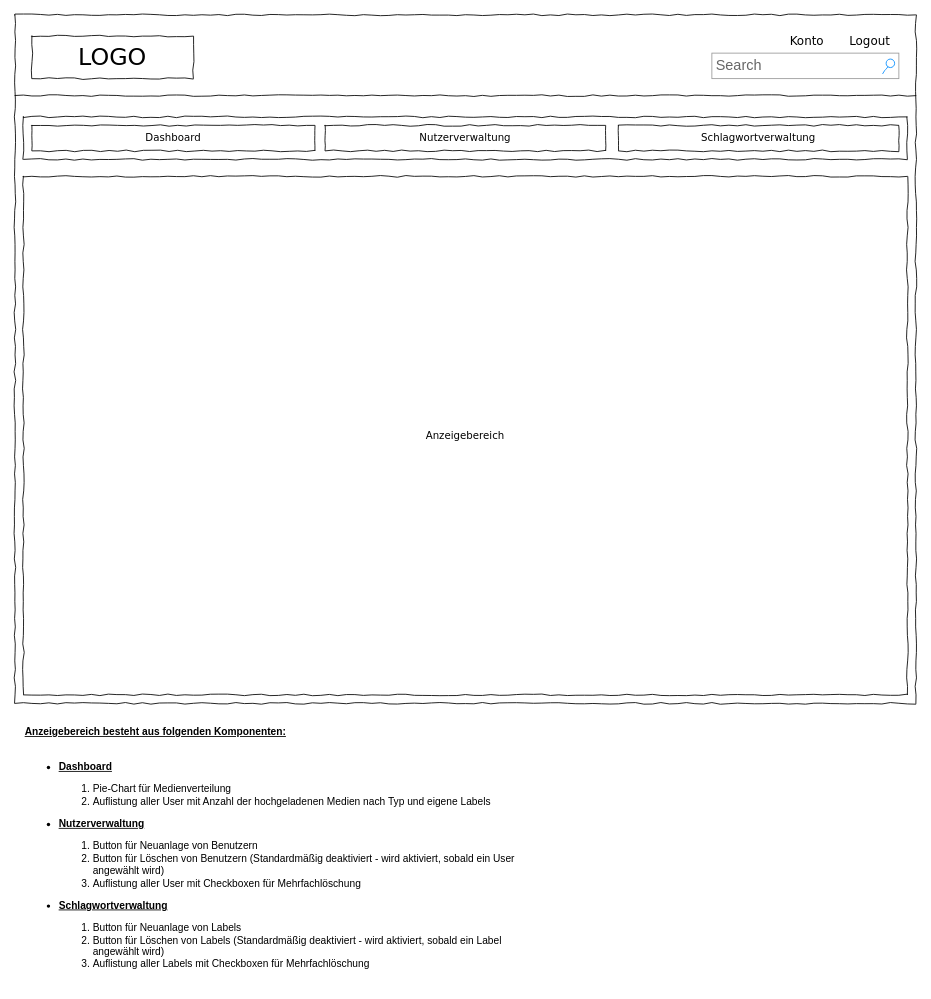
Above: Webapp/Design/Admin-Landingpage_v1.drawio in Kaktussaft/Mediendatenbank-broken (draw.io), before the change. Source tidied: cells renumbered, new cells numbered last; positions are measured from the earlier drawing's top-left corner, leaving out a move shared by most shapes. Both pictures are drawn from the tidied source at 85%, with x=0, y=0 at pixel (14, 14).
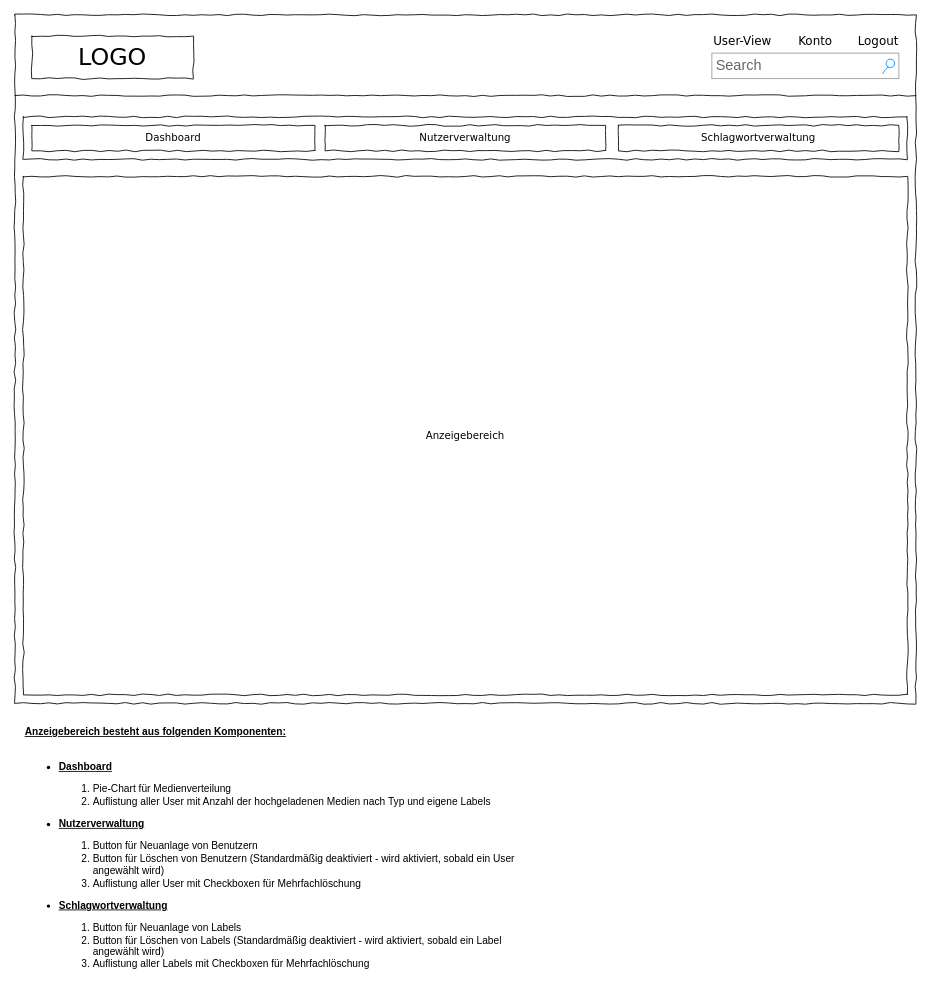
The same page after the edit.

Commit message:
added toggle to user view

The edit, as a diff of the source:
```diff
@@
 <mxGraphModel>
   <root>
     <mxCell id="0" />
     <mxCell id="1" parent="0" />
     <mxCell id="2" style="whiteSpace=wrap;html=1;rounded=0;shadow=0;labelBackgroundColor=none;strokeColor=#000000;strokeWidth=1;fillColor=none;fontFamily=Verdana;fontSize=12;fontColor=#000000;align=center;comic=1;" parent="1" vertex="1">
       <mxGeometry width="1060" height="810" as="geometry" />
     </mxCell>
     <mxCell id="3" value="LOGO" style="whiteSpace=wrap;html=1;rounded=0;shadow=0;labelBackgroundColor=none;strokeWidth=1;fontFamily=Verdana;fontSize=28;align=center;comic=1;" parent="1" vertex="1">
       <mxGeometry x="20" y="25" width="190" height="50" as="geometry" />
     </mxCell>
     <mxCell id="4" value="Search" style="strokeWidth=1;shadow=0;dashed=0;align=center;html=1;shape=mxgraph.mockup.forms.searchBox;strokeColor=#999999;mainText=;strokeColor2=#008cff;fontColor=#666666;fontSize=17;align=left;spacingLeft=3;rounded=0;labelBackgroundColor=none;comic=1;" parent="1" vertex="1">
       <mxGeometry x="820" y="45" width="220" height="30" as="geometry" />
     </mxCell>
     <mxCell id="5" value="Konto" style="text;html=1;align=left;verticalAlign=top;spacingTop=-4;fontSize=14;fontFamily=Verdana;" parent="1" vertex="1">
-      <mxGeometry x="910" y="20" width="60" height="20" as="geometry" />
+      <mxGeometry x="920" y="20" width="60" height="20" as="geometry" />
     </mxCell>
     <mxCell id="6" value="Logout" style="text;html=1;align=left;verticalAlign=top;spacingTop=-4;fontSize=14;fontFamily=Verdana;" parent="1" vertex="1">
-      <mxGeometry x="980" y="20" width="60" height="20" as="geometry" />
+      <mxGeometry x="990" y="20" width="60" height="20" as="geometry" />
     </mxCell>
     <mxCell id="7" style="line;strokeWidth=1;html=1;rounded=0;shadow=0;labelBackgroundColor=none;fillColor=none;fontFamily=Verdana;fontSize=14;fontColor=#000000;align=center;comic=1;" parent="1" vertex="1">
       <mxGeometry y="90" width="1060" height="10" as="geometry" />
     </mxCell>
     <mxCell id="8" style="whiteSpace=wrap;html=1;rounded=0;shadow=0;labelBackgroundColor=none;strokeWidth=1;fillColor=none;fontFamily=Verdana;fontSize=12;align=center;comic=1;" parent="1" vertex="1">
       <mxGeometry x="10" y="120" width="1040" height="50" as="geometry" />
     </mxCell>
     <mxCell id="9" value="Dashboard" style="whiteSpace=wrap;html=1;rounded=0;shadow=0;labelBackgroundColor=none;strokeWidth=1;fillColor=none;fontFamily=Verdana;fontSize=12;align=center;comic=1;" parent="1" vertex="1">
       <mxGeometry x="20" y="130" width="333" height="30" as="geometry" />
     </mxCell>
     <mxCell id="10" value="Schlagwortverwaltung" style="whiteSpace=wrap;html=1;rounded=0;shadow=0;labelBackgroundColor=none;strokeWidth=1;fillColor=none;fontFamily=Verdana;fontSize=12;align=center;comic=1;" parent="1" vertex="1">
       <mxGeometry x="710" y="130" width="330" height="30" as="geometry" />
     </mxCell>
     <mxCell id="11" value="Anzeigebereich" style="whiteSpace=wrap;html=1;rounded=0;shadow=0;labelBackgroundColor=none;strokeColor=#000000;strokeWidth=1;fillColor=default;fontFamily=Verdana;fontSize=12;fontColor=#000000;align=center;comic=1;" parent="1" vertex="1">
       <mxGeometry x="10" y="190" width="1040" height="610" as="geometry" />
     </mxCell>
     <mxCell id="12" value="Nutzerverwaltung" style="whiteSpace=wrap;html=1;rounded=0;shadow=0;labelBackgroundColor=none;strokeWidth=1;fillColor=none;fontFamily=Verdana;fontSize=12;align=center;comic=1;" parent="1" vertex="1">
       <mxGeometry x="365" y="130" width="330" height="30" as="geometry" />
     </mxCell>
     <mxCell id="13" value="&lt;u&gt;&lt;b&gt;Anzeigebereich besteht aus folgenden Komponenten:&lt;/b&gt;&lt;/u&gt;&lt;div&gt;&lt;br&gt;&lt;/div&gt;&lt;div&gt;&lt;ul&gt;&lt;li&gt;&lt;u&gt;&lt;b&gt;Dashboard&lt;/b&gt;&lt;/u&gt;&lt;/li&gt;&lt;/ul&gt;&lt;ol&gt;&lt;ol&gt;&lt;li&gt;Pie-Chart für Medienverteilung&lt;/li&gt;&lt;li&gt;Auflistung aller User mit Anzahl der hochgeladenen Medien nach Typ und eigene Labels&lt;/li&gt;&lt;/ol&gt;&lt;/ol&gt;&lt;div&gt;&lt;ul&gt;&lt;li&gt;&lt;b&gt;&lt;u&gt;Nutzerverwaltung&lt;/u&gt;&lt;/b&gt;&lt;/li&gt;&lt;/ul&gt;&lt;ol&gt;&lt;ol&gt;&lt;li&gt;Button für Neuanlage von Benutzern&lt;/li&gt;&lt;li&gt;Button für Löschen von Benutzern (Standardmäßig deaktiviert - wird aktiviert, sobald ein User angewählt wird)&lt;/li&gt;&lt;li&gt;Auflistung aller User mit Checkboxen für Mehrfachlöschung&lt;/li&gt;&lt;/ol&gt;&lt;/ol&gt;&lt;div&gt;&lt;ul&gt;&lt;li&gt;&lt;b&gt;&lt;u&gt;Schlagwortverwaltung&lt;/u&gt;&lt;/b&gt;&lt;/li&gt;&lt;/ul&gt;&lt;ol&gt;&lt;ol&gt;&lt;li&gt;Button für Neuanlage von Labels&lt;/li&gt;&lt;li&gt;Button für Löschen von Labels (Standardmäßig deaktiviert - wird aktiviert, sobald ein Label angewählt wird)&lt;/li&gt;&lt;li&gt;Auflistung aller Labels mit Checkboxen für Mehrfachlöschung&lt;/li&gt;&lt;/ol&gt;&lt;/ol&gt;&lt;/div&gt;&lt;/div&gt;&lt;/div&gt;" style="text;html=1;align=left;verticalAlign=top;whiteSpace=wrap;rounded=0;" parent="1" vertex="1">
       <mxGeometry x="10" y="830" width="580" height="310" as="geometry" />
     </mxCell>
+    <mxCell id="14" value="User-View" style="text;html=1;align=left;verticalAlign=top;spacingTop=-4;fontSize=14;fontFamily=Verdana;" parent="1" vertex="1">
+      <mxGeometry x="820" y="20" width="80" height="20" as="geometry" />
+    </mxCell>
   </root>
 </mxGraphModel>
```
